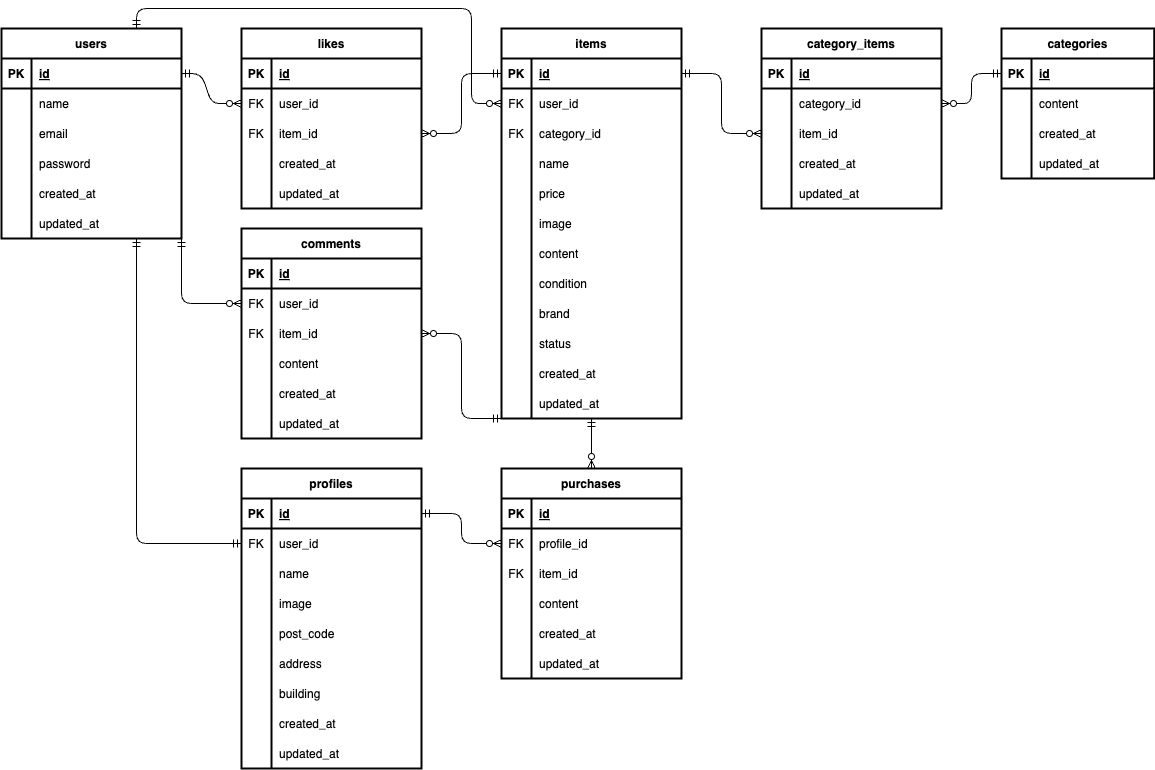
Above: erd.drawio.png in tkdisk49/flea-market (draw.io), before the change. Source tidied: cells renumbered, new cells last; positions are measured from the earlier drawing's top-left corner, leaving out a move shared by most shapes.
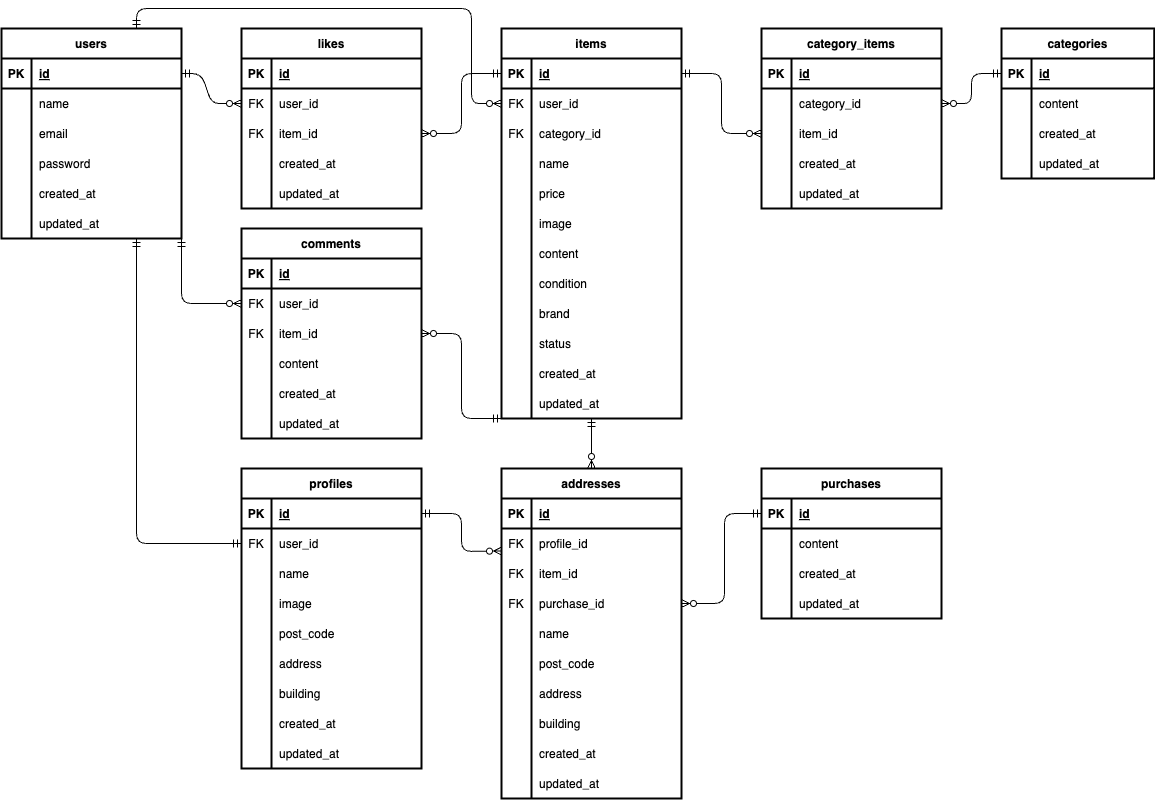
Later version of the same file.

The edit, as a diff of the source:
```diff
@@ -289,9 +289,9 @@
         </Array>
       </mxGeometry>
     </mxCell>
-    <mxCell id="89" style="edgeStyle=none;html=1;exitX=0.5;exitY=1;exitDx=0;exitDy=0;strokeColor=#000000;fontColor=#000000;startArrow=ERmandOne;startFill=0;endArrow=ERzeroToMany;endFill=0;" parent="1" edge="1" source="90" target="128">
-      <mxGeometry relative="1" as="geometry" />
-    </mxCell>
+    <mxCell id="179" style="edgeStyle=none;html=1;exitX=0.5;exitY=1;exitDx=0;exitDy=0;entryX=0.5;entryY=0;entryDx=0;entryDy=0;strokeColor=#000000;fontColor=#000000;startArrow=ERmandOne;startFill=0;endArrow=ERzeroToMany;endFill=0;" parent="1" edge="1" source="90" target="180">
+      <mxGeometry relative="1" as="geometry" />
+    </mxCell>
     <mxCell id="90" value="items" style="shape=table;startSize=30;rowLines=0;fontStyle=1;align=center;strokeColor=#000000;strokeWidth=2;fontColor=#000000;fillColor=none;" parent="1" vertex="1">
       <mxGeometry x="500" y="20" width="180" height="390" as="geometry" />
     </mxCell>
@@ -412,7 +412,7 @@
       </mxGeometry>
     </mxCell>
     <mxCell id="128" value="purchases" style="shape=table;startSize=30;rowLines=0;fontStyle=1;align=center;strokeColor=#000000;strokeWidth=2;fontColor=#000000;fillColor=none;" parent="1" vertex="1">
-      <mxGeometry x="500" y="460" width="180" height="210" as="geometry" />
+      <mxGeometry x="760" y="460" width="180" height="150" as="geometry" />
     </mxCell>
     <mxCell id="129" style="shape=tableRow;horizontal=0;startSize=0;swimlaneHead=0;swimlaneBody=0;fillColor=none;points=[[0,0.5],[1,0.5]];portConstraint=eastwest;top=0;left=0;right=0;bottom=1;strokeColor=#000000;strokeWidth=2;fontColor=#000000;" parent="128" vertex="1">
       <mxGeometry y="30" width="180" height="30" as="geometry" />
@@ -423,26 +423,8 @@
     <mxCell id="131" value="id" style="shape=partialRectangle;fillColor=none;top=0;left=0;bottom=0;right=0;align=left;spacingLeft=6;fontStyle=5;overflow=hidden;strokeColor=#000000;strokeWidth=2;fontColor=#000000;" parent="129" vertex="1">
       <mxGeometry x="30" width="150" height="30" as="geometry" />
     </mxCell>
-    <mxCell id="132" style="shape=tableRow;horizontal=0;startSize=0;swimlaneHead=0;swimlaneBody=0;fillColor=none;points=[[0,0.5],[1,0.5]];portConstraint=eastwest;top=0;left=0;right=0;bottom=0;strokeColor=#000000;strokeWidth=2;fontColor=#000000;" parent="128" vertex="1">
-      <mxGeometry y="60" width="180" height="30" as="geometry" />
-    </mxCell>
-    <mxCell id="133" value="FK" style="shape=partialRectangle;fillColor=none;top=0;left=0;bottom=0;right=0;overflow=hidden;strokeColor=#000000;strokeWidth=2;fontColor=#000000;" parent="132" vertex="1">
-      <mxGeometry width="30" height="30" as="geometry" />
-    </mxCell>
-    <mxCell id="134" value="profile_id" style="shape=partialRectangle;fillColor=none;top=0;left=0;bottom=0;right=0;align=left;spacingLeft=6;overflow=hidden;strokeColor=#000000;strokeWidth=2;fontColor=#000000;" parent="132" vertex="1">
-      <mxGeometry x="30" width="150" height="30" as="geometry" />
-    </mxCell>
-    <mxCell id="135" style="shape=tableRow;horizontal=0;startSize=0;swimlaneHead=0;swimlaneBody=0;fillColor=none;top=0;left=0;right=0;bottom=0;strokeColor=#000000;strokeWidth=2;fontColor=#000000;" parent="128" vertex="1">
-      <mxGeometry y="90" width="180" height="30" as="geometry" />
-    </mxCell>
-    <mxCell id="136" value="FK" style="shape=partialRectangle;fillColor=none;top=0;left=0;bottom=0;right=0;overflow=hidden;strokeColor=#000000;strokeWidth=2;fontColor=#000000;" parent="135" vertex="1">
-      <mxGeometry width="30" height="30" as="geometry" />
-    </mxCell>
-    <mxCell id="137" value="item_id" style="shape=partialRectangle;fillColor=none;top=0;left=0;bottom=0;right=0;align=left;spacingLeft=6;overflow=hidden;strokeColor=#000000;strokeWidth=2;fontColor=#000000;" parent="135" vertex="1">
-      <mxGeometry x="30" width="150" height="30" as="geometry" />
-    </mxCell>
     <mxCell id="138" style="shape=tableRow;horizontal=0;startSize=0;swimlaneHead=0;swimlaneBody=0;fillColor=none;top=0;left=0;right=0;bottom=0;strokeColor=#000000;strokeWidth=2;fontColor=#000000;" parent="128" vertex="1">
-      <mxGeometry y="120" width="180" height="30" as="geometry" />
+      <mxGeometry y="60" width="180" height="30" as="geometry" />
     </mxCell>
     <mxCell id="139" style="shape=partialRectangle;fillColor=none;top=0;left=0;bottom=0;right=0;overflow=hidden;strokeColor=#000000;strokeWidth=2;fontColor=#000000;" parent="138" vertex="1">
       <mxGeometry width="30" height="30" as="geometry" />
@@ -451,7 +433,7 @@
       <mxGeometry x="30" width="150" height="30" as="geometry" />
     </mxCell>
     <mxCell id="141" style="shape=tableRow;horizontal=0;startSize=0;swimlaneHead=0;swimlaneBody=0;fillColor=none;top=0;left=0;right=0;bottom=0;strokeColor=#000000;strokeWidth=2;fontColor=#000000;" parent="128" vertex="1">
-      <mxGeometry y="150" width="180" height="30" as="geometry" />
+      <mxGeometry y="90" width="180" height="30" as="geometry" />
     </mxCell>
     <mxCell id="142" style="shape=partialRectangle;fillColor=none;top=0;left=0;bottom=0;right=0;overflow=hidden;strokeColor=#000000;strokeWidth=2;fontColor=#000000;" parent="141" vertex="1">
       <mxGeometry width="30" height="30" as="geometry" />
@@ -460,7 +442,7 @@
       <mxGeometry x="30" width="150" height="30" as="geometry" />
     </mxCell>
     <mxCell id="144" style="shape=tableRow;horizontal=0;startSize=0;swimlaneHead=0;swimlaneBody=0;fillColor=none;top=0;left=0;right=0;bottom=0;strokeColor=#000000;strokeWidth=2;fontColor=#000000;" parent="128" vertex="1">
-      <mxGeometry y="180" width="180" height="30" as="geometry" />
+      <mxGeometry y="120" width="180" height="30" as="geometry" />
     </mxCell>
     <mxCell id="145" style="shape=partialRectangle;fillColor=none;top=0;left=0;bottom=0;right=0;overflow=hidden;strokeColor=#000000;strokeWidth=2;fontColor=#000000;" parent="144" vertex="1">
       <mxGeometry width="30" height="30" as="geometry" />
@@ -468,14 +450,6 @@
     <mxCell id="146" value="updated_at" style="shape=partialRectangle;fillColor=none;top=0;left=0;bottom=0;right=0;align=left;spacingLeft=6;overflow=hidden;strokeColor=#000000;strokeWidth=2;fontColor=#000000;" parent="144" vertex="1">
       <mxGeometry x="30" width="150" height="30" as="geometry" />
     </mxCell>
-    <mxCell id="147" style="edgeStyle=none;html=1;exitX=1;exitY=0.5;exitDx=0;exitDy=0;entryX=0;entryY=0.5;entryDx=0;entryDy=0;strokeColor=#000000;fontColor=#000000;startArrow=ERmandOne;startFill=0;endArrow=ERzeroToMany;endFill=0;" parent="1" edge="1" source="60" target="132">
-      <mxGeometry relative="1" as="geometry">
-        <Array as="points">
-          <mxPoint x="460" y="505" />
-          <mxPoint x="460" y="535" />
-        </Array>
-      </mxGeometry>
-    </mxCell>
     <mxCell id="148" value="category_items" style="shape=table;startSize=30;rowLines=0;fontStyle=1;align=center;strokeColor=#000000;strokeWidth=2;fontColor=#000000;fillColor=none;" parent="1" vertex="1">
       <mxGeometry x="760" y="20" width="180" height="180" as="geometry" />
     </mxCell>
@@ -579,5 +553,114 @@
         </Array>
       </mxGeometry>
     </mxCell>
+    <mxCell id="180" value="addresses" style="shape=table;startSize=30;rowLines=0;fontStyle=1;align=center;strokeColor=#000000;strokeWidth=2;fontColor=#000000;fillColor=none;" parent="1" vertex="1">
+      <mxGeometry x="500" y="460" width="180" height="330" as="geometry" />
+    </mxCell>
+    <mxCell id="181" style="shape=tableRow;horizontal=0;startSize=0;swimlaneHead=0;swimlaneBody=0;fillColor=none;top=0;left=0;right=0;bottom=1;strokeColor=#000000;strokeWidth=2;fontColor=#000000;" parent="180" vertex="1">
+      <mxGeometry y="30" width="180" height="30" as="geometry" />
+    </mxCell>
+    <mxCell id="182" value="PK" style="shape=partialRectangle;fillColor=none;top=0;left=0;bottom=0;right=0;fontStyle=1;overflow=hidden;strokeColor=#000000;strokeWidth=2;fontColor=#000000;" parent="181" vertex="1">
+      <mxGeometry width="30" height="30" as="geometry" />
+    </mxCell>
+    <mxCell id="183" value="id" style="shape=partialRectangle;fillColor=none;top=0;left=0;bottom=0;right=0;align=left;spacingLeft=6;fontStyle=5;overflow=hidden;strokeColor=#000000;strokeWidth=2;fontColor=#000000;" parent="181" vertex="1">
+      <mxGeometry x="30" width="150" height="30" as="geometry" />
+    </mxCell>
+    <mxCell id="132" style="shape=tableRow;horizontal=0;startSize=0;swimlaneHead=0;swimlaneBody=0;fillColor=none;points=[[0,0.5],[1,0.5]];portConstraint=eastwest;top=0;left=0;right=0;bottom=0;strokeColor=#000000;strokeWidth=2;fontColor=#000000;" parent="180" vertex="1">
+      <mxGeometry y="60" width="180" height="30" as="geometry" />
+    </mxCell>
+    <mxCell id="184" value="FK" style="shape=partialRectangle;fillColor=none;top=0;left=0;bottom=0;right=0;overflow=hidden;strokeColor=#000000;strokeWidth=2;fontColor=#000000;" parent="132" vertex="1">
+      <mxGeometry width="30" height="30" as="geometry" />
+    </mxCell>
+    <mxCell id="134" value="profile_id" style="shape=partialRectangle;fillColor=none;top=0;left=0;bottom=0;right=0;align=left;spacingLeft=6;overflow=hidden;strokeColor=#000000;strokeWidth=2;fontColor=#000000;" parent="132" vertex="1">
+      <mxGeometry x="30" width="150" height="30" as="geometry" />
+    </mxCell>
+    <mxCell id="135" style="shape=tableRow;horizontal=0;startSize=0;swimlaneHead=0;swimlaneBody=0;fillColor=none;top=0;left=0;right=0;bottom=0;strokeColor=#000000;strokeWidth=2;fontColor=#000000;" parent="180" vertex="1">
+      <mxGeometry y="90" width="180" height="30" as="geometry" />
+    </mxCell>
+    <mxCell id="185" value="FK" style="shape=partialRectangle;fillColor=none;top=0;left=0;bottom=0;right=0;overflow=hidden;strokeColor=#000000;strokeWidth=2;fontColor=#000000;" parent="135" vertex="1">
+      <mxGeometry width="30" height="30" as="geometry" />
+    </mxCell>
+    <mxCell id="137" value="item_id" style="shape=partialRectangle;fillColor=none;top=0;left=0;bottom=0;right=0;align=left;spacingLeft=6;overflow=hidden;strokeColor=#000000;strokeWidth=2;fontColor=#000000;" parent="135" vertex="1">
+      <mxGeometry x="30" width="150" height="30" as="geometry" />
+    </mxCell>
+    <mxCell id="186" style="shape=tableRow;horizontal=0;startSize=0;swimlaneHead=0;swimlaneBody=0;fillColor=none;points=[[0,0.5],[1,0.5]];portConstraint=eastwest;top=0;left=0;right=0;bottom=0;strokeColor=#000000;strokeWidth=2;fontColor=#000000;" parent="180" vertex="1">
+      <mxGeometry y="120" width="180" height="30" as="geometry" />
+    </mxCell>
+    <mxCell id="187" value="FK" style="shape=partialRectangle;fillColor=none;top=0;left=0;bottom=0;right=0;overflow=hidden;strokeColor=#000000;strokeWidth=2;fontColor=#000000;" parent="186" vertex="1">
+      <mxGeometry width="30" height="30" as="geometry" />
+    </mxCell>
+    <mxCell id="188" value="purchase_id" style="shape=partialRectangle;fillColor=none;top=0;left=0;bottom=0;right=0;align=left;spacingLeft=6;overflow=hidden;strokeColor=#000000;strokeWidth=2;fontColor=#000000;" parent="186" vertex="1">
+      <mxGeometry x="30" width="150" height="30" as="geometry" />
+    </mxCell>
+    <mxCell id="189" style="shape=tableRow;horizontal=0;startSize=0;swimlaneHead=0;swimlaneBody=0;fillColor=none;top=0;left=0;right=0;bottom=0;strokeWidth=2;" parent="180" vertex="1">
+      <mxGeometry y="150" width="180" height="30" as="geometry" />
+    </mxCell>
+    <mxCell id="190" style="shape=partialRectangle;fillColor=none;top=0;left=0;bottom=0;right=0;overflow=hidden;strokeWidth=2;" parent="189" vertex="1">
+      <mxGeometry width="30" height="30" as="geometry" />
+    </mxCell>
+    <mxCell id="191" value="name" style="shape=partialRectangle;fillColor=none;top=0;left=0;bottom=0;right=0;align=left;spacingLeft=6;overflow=hidden;strokeWidth=2;strokeColor=#4e3131;fontColor=#000000;" parent="189" vertex="1">
+      <mxGeometry x="30" width="150" height="30" as="geometry" />
+    </mxCell>
+    <mxCell id="192" style="shape=tableRow;horizontal=0;startSize=0;swimlaneHead=0;swimlaneBody=0;fillColor=none;top=0;left=0;right=0;bottom=0;strokeColor=#000000;strokeWidth=2;fontColor=#000000;" parent="180" vertex="1">
+      <mxGeometry y="180" width="180" height="30" as="geometry" />
+    </mxCell>
+    <mxCell id="193" style="shape=partialRectangle;fillColor=none;top=0;left=0;bottom=0;right=0;overflow=hidden;strokeColor=#000000;strokeWidth=2;fontColor=#000000;" parent="192" vertex="1">
+      <mxGeometry width="30" height="30" as="geometry" />
+    </mxCell>
+    <mxCell id="194" value="post_code" style="shape=partialRectangle;fillColor=none;top=0;left=0;bottom=0;right=0;align=left;spacingLeft=6;overflow=hidden;strokeColor=#000000;strokeWidth=2;fontColor=#000000;" parent="192" vertex="1">
+      <mxGeometry x="30" width="150" height="30" as="geometry" />
+    </mxCell>
+    <mxCell id="195" style="shape=tableRow;horizontal=0;startSize=0;swimlaneHead=0;swimlaneBody=0;fillColor=none;top=0;left=0;right=0;bottom=0;strokeColor=#000000;strokeWidth=2;fontColor=#000000;" parent="180" vertex="1">
+      <mxGeometry y="210" width="180" height="30" as="geometry" />
+    </mxCell>
+    <mxCell id="196" style="shape=partialRectangle;fillColor=none;top=0;left=0;bottom=0;right=0;overflow=hidden;strokeColor=#000000;strokeWidth=2;fontColor=#000000;" parent="195" vertex="1">
+      <mxGeometry width="30" height="30" as="geometry" />
+    </mxCell>
+    <mxCell id="197" value="address" style="shape=partialRectangle;fillColor=none;top=0;left=0;bottom=0;right=0;align=left;spacingLeft=6;overflow=hidden;strokeColor=#000000;strokeWidth=2;fontColor=#000000;" parent="195" vertex="1">
+      <mxGeometry x="30" width="150" height="30" as="geometry" />
+    </mxCell>
+    <mxCell id="198" style="shape=tableRow;horizontal=0;startSize=0;swimlaneHead=0;swimlaneBody=0;fillColor=none;top=0;left=0;right=0;bottom=0;strokeColor=#000000;strokeWidth=2;fontColor=#000000;" parent="180" vertex="1">
+      <mxGeometry y="240" width="180" height="30" as="geometry" />
+    </mxCell>
+    <mxCell id="199" style="shape=partialRectangle;fillColor=none;top=0;left=0;bottom=0;right=0;overflow=hidden;strokeColor=#000000;strokeWidth=2;fontColor=#000000;" parent="198" vertex="1">
+      <mxGeometry width="30" height="30" as="geometry" />
+    </mxCell>
+    <mxCell id="200" value="building" style="shape=partialRectangle;fillColor=none;top=0;left=0;bottom=0;right=0;align=left;spacingLeft=6;overflow=hidden;strokeColor=#000000;strokeWidth=2;fontColor=#000000;" parent="198" vertex="1">
+      <mxGeometry x="30" width="150" height="30" as="geometry" />
+    </mxCell>
+    <mxCell id="201" style="shape=tableRow;horizontal=0;startSize=0;swimlaneHead=0;swimlaneBody=0;fillColor=none;top=0;left=0;right=0;bottom=0;strokeColor=#000000;strokeWidth=2;fontColor=#000000;" parent="180" vertex="1">
+      <mxGeometry y="270" width="180" height="30" as="geometry" />
+    </mxCell>
+    <mxCell id="202" style="shape=partialRectangle;fillColor=none;top=0;left=0;bottom=0;right=0;overflow=hidden;strokeColor=#000000;strokeWidth=2;fontColor=#000000;" parent="201" vertex="1">
+      <mxGeometry width="30" height="30" as="geometry" />
+    </mxCell>
+    <mxCell id="203" value="created_at" style="shape=partialRectangle;fillColor=none;top=0;left=0;bottom=0;right=0;align=left;spacingLeft=6;overflow=hidden;strokeColor=#000000;strokeWidth=2;fontColor=#000000;" parent="201" vertex="1">
+      <mxGeometry x="30" width="150" height="30" as="geometry" />
+    </mxCell>
+    <mxCell id="204" style="shape=tableRow;horizontal=0;startSize=0;swimlaneHead=0;swimlaneBody=0;fillColor=none;top=0;left=0;right=0;bottom=0;strokeColor=#000000;strokeWidth=2;fontColor=#000000;" parent="180" vertex="1">
+      <mxGeometry y="300" width="180" height="30" as="geometry" />
+    </mxCell>
+    <mxCell id="205" style="shape=partialRectangle;fillColor=none;top=0;left=0;bottom=0;right=0;overflow=hidden;strokeColor=#000000;strokeWidth=2;fontColor=#000000;" parent="204" vertex="1">
+      <mxGeometry width="30" height="30" as="geometry" />
+    </mxCell>
+    <mxCell id="206" value="updated_at" style="shape=partialRectangle;fillColor=none;top=0;left=0;bottom=0;right=0;align=left;spacingLeft=6;overflow=hidden;strokeColor=#000000;strokeWidth=2;fontColor=#000000;" parent="204" vertex="1">
+      <mxGeometry x="30" width="150" height="30" as="geometry" />
+    </mxCell>
+    <mxCell id="207" style="edgeStyle=none;html=1;exitX=0;exitY=0.5;exitDx=0;exitDy=0;entryX=1;entryY=0.5;entryDx=0;entryDy=0;fontColor=#000000;endArrow=ERzeroToMany;endFill=0;startArrow=ERmandOne;startFill=0;strokeColor=#000000;" parent="1" edge="1" source="129" target="186">
+      <mxGeometry relative="1" as="geometry">
+        <Array as="points">
+          <mxPoint x="723" y="505" />
+          <mxPoint x="723" y="595" />
+        </Array>
+      </mxGeometry>
+    </mxCell>
+    <mxCell id="208" style="edgeStyle=none;html=1;exitX=1;exitY=0.5;exitDx=0;exitDy=0;entryX=0;entryY=0.25;entryDx=0;entryDy=0;strokeColor=#000000;fontColor=#000000;startArrow=ERmandOne;startFill=0;endArrow=ERzeroToMany;endFill=0;" parent="1" edge="1" source="60" target="180">
+      <mxGeometry relative="1" as="geometry">
+        <Array as="points">
+          <mxPoint x="460" y="505" />
+          <mxPoint x="460" y="543" />
+        </Array>
+      </mxGeometry>
+    </mxCell>
   </root>
 </mxGraphModel>
```
